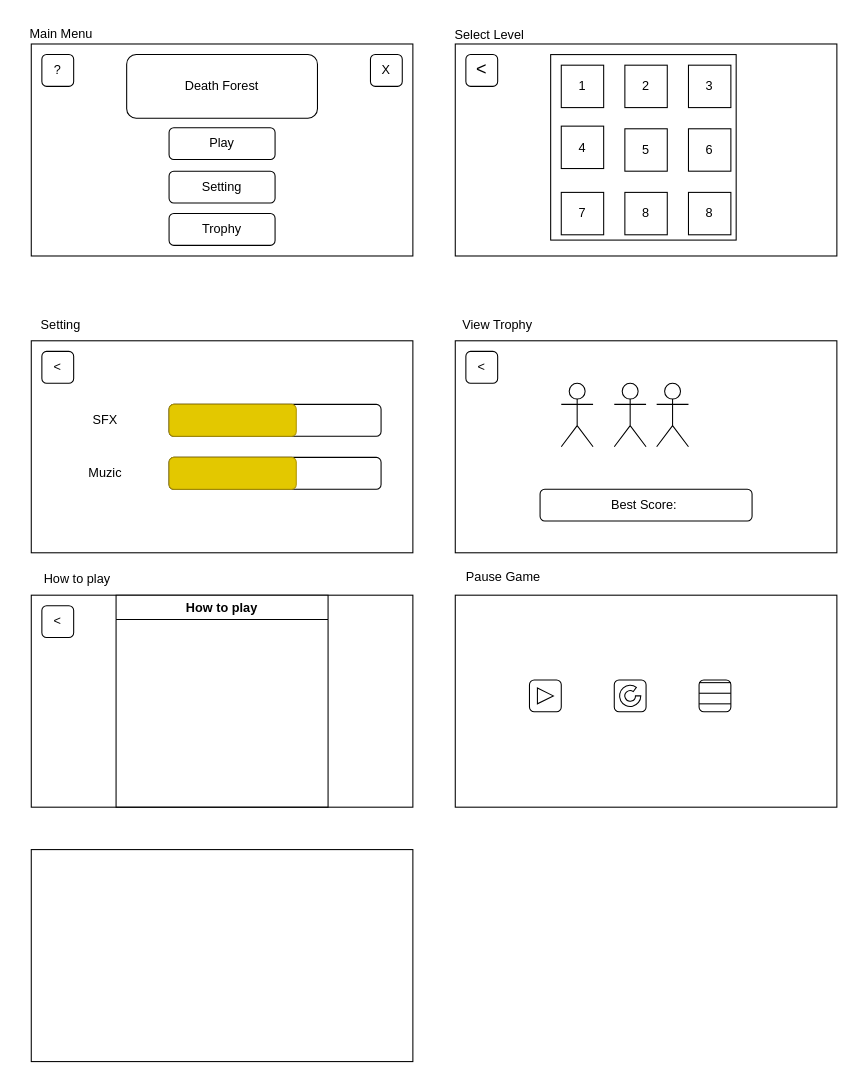
tientruc1707/Simple_Game keeps this draw.io diagram as page "Game UI" (5 of 5) of Untitled Diagram.drawio. Above is the earlier version. Source tidied: cells renumbered, new cells numbered last; positions are measured from the earlier drawing's top-left corner, leaving out a move shared by most shapes. Both pictures are drawn from the tidied source at 106%, with x=0, y=0 at pixel (18, 18).
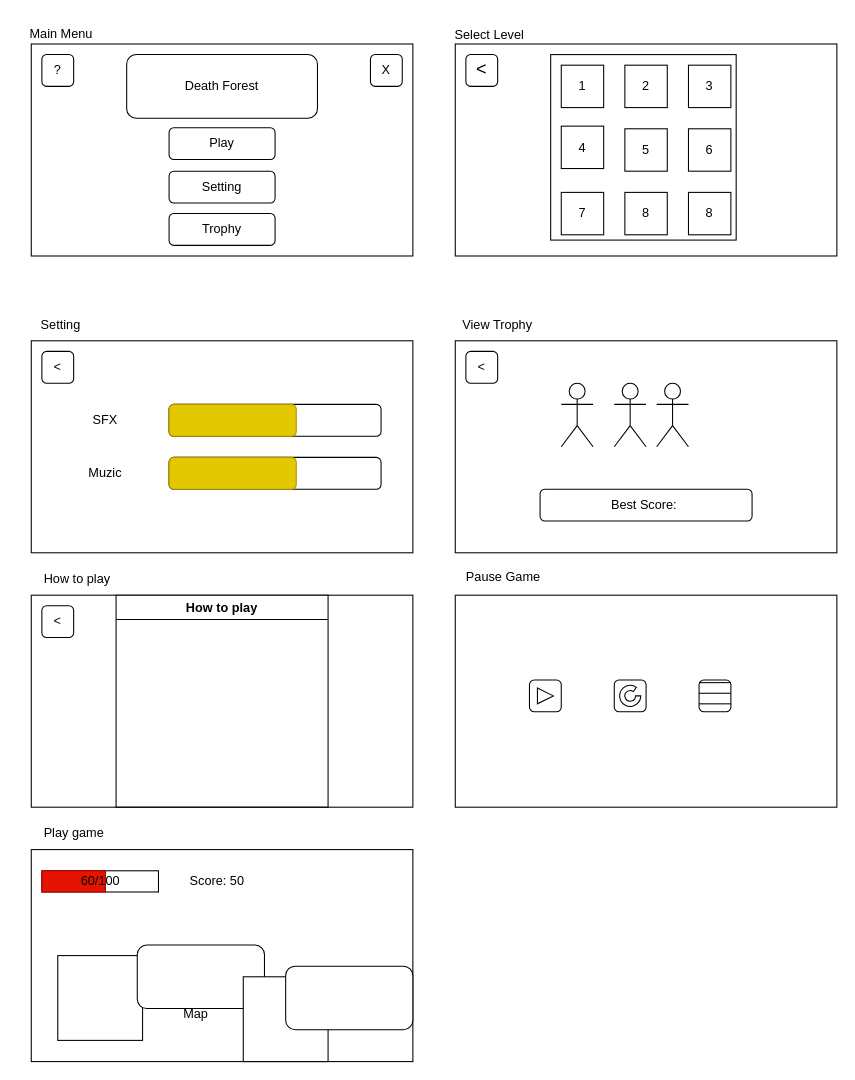
The same diagram, later.

The change refers to these unchanged cells:
```xml
<mxCell id="24" style="group;" parent="1" vertex="1">
  <mxGeometry x="12" y="304" width="610" height="540" as="geometry" />
</mxCell>
<mxCell id="59" style="group;" parent="1" vertex="1">
  <mxGeometry x="12" y="784" width="360" height="200" as="geometry" />
</mxCell>
```

Diff of the diagram source:
```diff
@@
+    <mxCell id="61" value="Play game" style="text;html=1;align=center;verticalAlign=middle;strokeColor=none;fillColor=none;" parent="24" vertex="1">
+      <mxGeometry y="450" width="80" height="30" as="geometry" />
+    </mxCell>
@@
+    <mxCell id="62" style="rounded=0;whiteSpace=wrap;html=1;" parent="59" vertex="1">
+      <mxGeometry x="10" y="20" width="110" height="20" as="geometry" />
+    </mxCell>
+    <mxCell id="63" style="rounded=0;whiteSpace=wrap;html=1;fillColor=#e51400;fontColor=#ffffff;strokeColor=#B20000;" parent="59" vertex="1">
+      <mxGeometry x="10" y="20" width="60" height="20" as="geometry" />
+    </mxCell>
+    <mxCell id="64" value="60/100" style="text;html=1;align=center;verticalAlign=middle;strokeColor=none;fillColor=none;" parent="59" vertex="1">
+      <mxGeometry x="35" y="15" width="60" height="30" as="geometry" />
+    </mxCell>
+    <mxCell id="65" value="Score: 50" style="text;html=1;align=center;verticalAlign=middle;strokeColor=none;fillColor=none;" parent="59" vertex="1">
+      <mxGeometry x="140" y="15" width="70" height="30" as="geometry" />
+    </mxCell>
+    <mxCell id="66" style="whiteSpace=wrap;html=1;" parent="59" vertex="1">
+      <mxGeometry x="25" y="100" width="80" height="80" as="geometry" />
+    </mxCell>
+    <mxCell id="67" style="rounded=1;whiteSpace=wrap;html=1;" parent="59" vertex="1">
+      <mxGeometry x="100" y="90" width="120" height="60" as="geometry" />
+    </mxCell>
+    <mxCell id="68" style="whiteSpace=wrap;html=1;" parent="59" vertex="1">
+      <mxGeometry x="200" y="120" width="80" height="80" as="geometry" />
+    </mxCell>
+    <mxCell id="69" style="rounded=1;whiteSpace=wrap;html=1;" parent="59" vertex="1">
+      <mxGeometry x="240" y="110" width="120" height="60" as="geometry" />
+    </mxCell>
+    <mxCell id="70" value="Map" style="text;html=1;align=center;verticalAlign=middle;strokeColor=none;fillColor=none;" parent="59" vertex="1">
+      <mxGeometry x="130" y="140" width="50" height="30" as="geometry" />
+    </mxCell>
```
